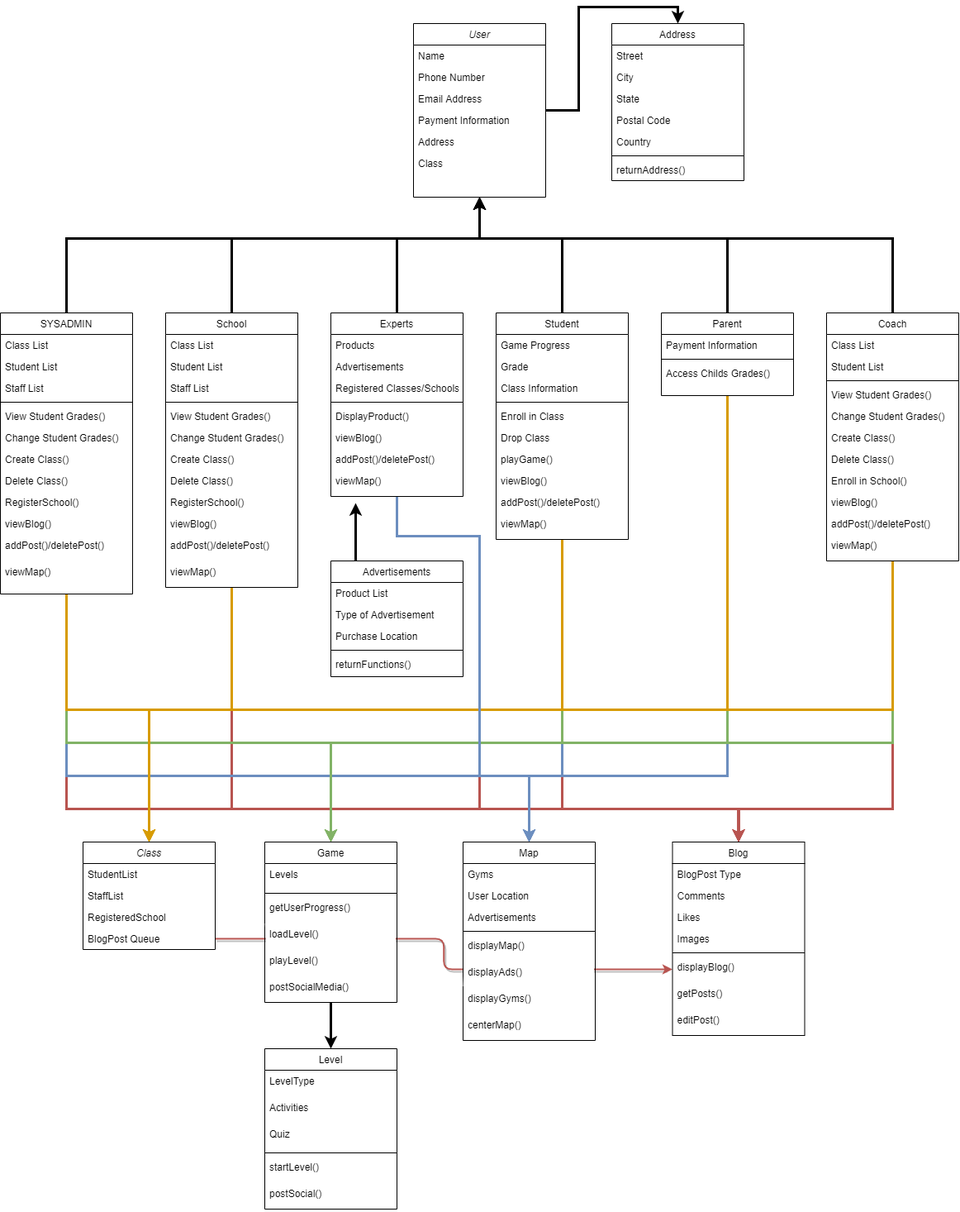
Above: Deliverables/Week_4/Class Diagram.png in Hanandrof/Group-3-Repository (draw.io), before the change. Source tidied: cells renumbered, new cells last; positions are measured from the earlier drawing's top-left corner, leaving out a move shared by most shapes.
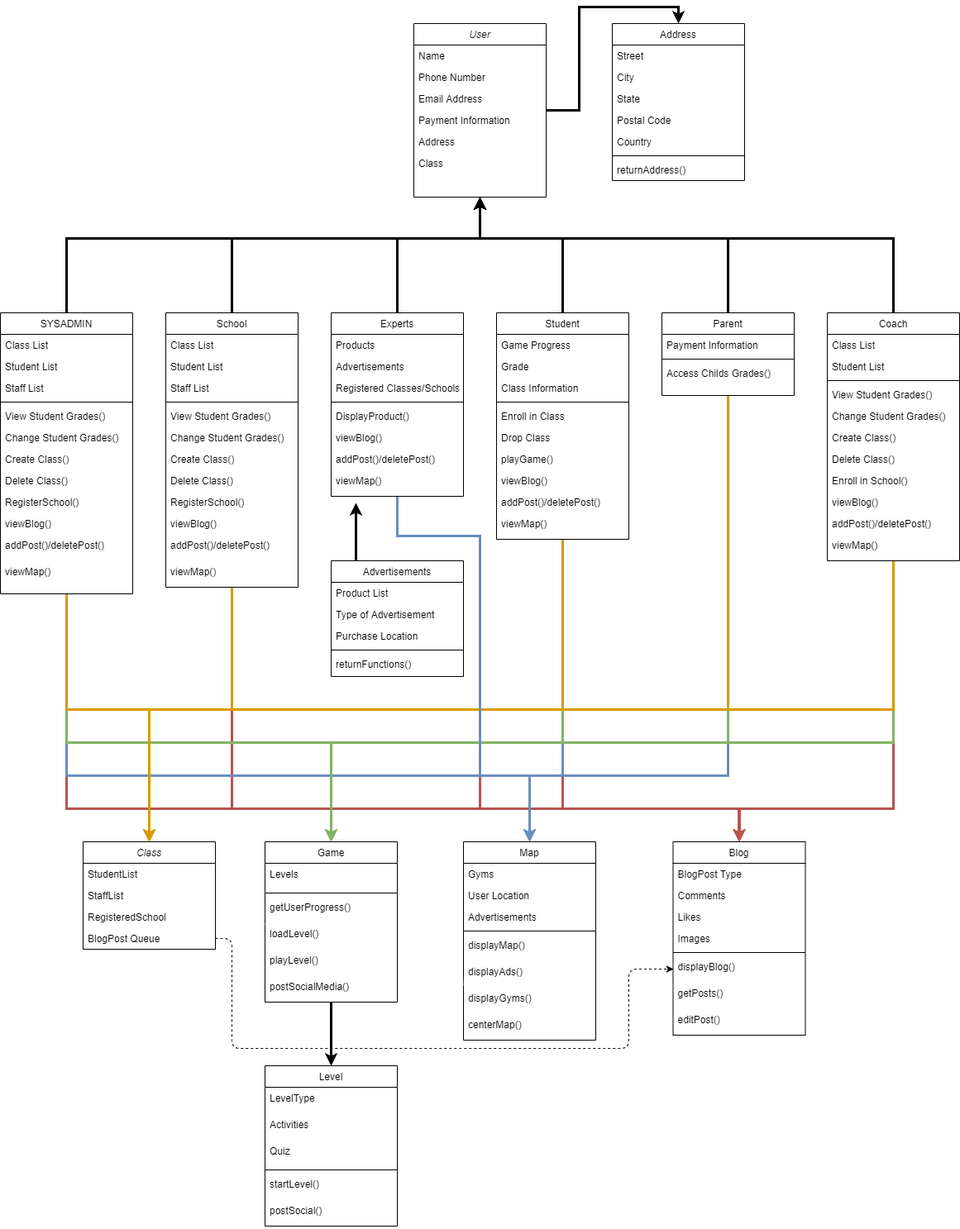
Later version of the same file.

The edit, as a diff of the source:
```diff
@@ -2,9 +2,6 @@
   <root>
     <mxCell id="0" />
     <mxCell id="1" parent="0" />
-    <mxCell id="2" style="jumpStyle=none;jumpSize=6;jettySize=auto;html=1;exitX=1;exitY=0.5;exitDx=0;exitDy=0;entryX=0;entryY=0.5;entryDx=0;entryDy=0;shadow=1;startArrow=none;startFill=0;endArrow=classic;endFill=1;fillColor=#f8cecc;strokeColor=#b85450;strokeWidth=2;rounded=1;edgeStyle=orthogonalEdgeStyle;sketch=0;" parent="1" edge="1" source="149" target="118">
-      <mxGeometry relative="1" as="geometry" />
-    </mxCell>
     <mxCell id="3" style="edgeStyle=orthogonalEdgeStyle;rounded=0;jettySize=auto;html=1;entryX=0.5;entryY=0;entryDx=0;entryDy=0;strokeWidth=3;" parent="1" edge="1" source="4" target="26">
       <mxGeometry relative="1" as="geometry" />
     </mxCell>
@@ -540,7 +537,7 @@
       <mxGeometry y="162" width="160" height="32" as="geometry" />
     </mxCell>
     <mxCell id="138" value="Level" style="swimlane;fontStyle=0;align=center;verticalAlign=top;horizontal=1;startSize=26;rounded=0;shadow=0;strokeWidth=1;" parent="1" vertex="1">
-      <mxGeometry x="320" y="1240" width="160" height="194" as="geometry" />
+      <mxGeometry x="320" y="1261" width="160" height="194" as="geometry" />
     </mxCell>
     <mxCell id="139" value="LevelType" style="text;align=left;verticalAlign=top;spacingLeft=4;spacingRight=4;overflow=hidden;rounded=0;shadow=0;html=0;" parent="138" vertex="1">
       <mxGeometry y="26" width="160" height="32" as="geometry" />
@@ -560,7 +557,7 @@
     <mxCell id="144" value="postSocial()" style="text;align=left;verticalAlign=top;spacingLeft=4;spacingRight=4;overflow=hidden;rounded=0;shadow=0;html=0;" parent="138" vertex="1">
       <mxGeometry y="162" width="160" height="32" as="geometry" />
     </mxCell>
-    <mxCell id="145" value="Class" style="swimlane;fontStyle=2;align=center;verticalAlign=top;horizontal=1;startSize=26;rounded=0;shadow=0;strokeWidth=1;glass=0;sketch=0;" parent="1" vertex="1">
+    <mxCell id="145" value="Class" style="swimlane;fontStyle=2;align=center;verticalAlign=top;horizontal=1;startSize=26;rounded=0;shadow=0;strokeWidth=1;" parent="1" vertex="1">
       <mxGeometry x="100" y="990" width="160" height="130" as="geometry" />
     </mxCell>
     <mxCell id="146" value="StudentList" style="text;align=left;verticalAlign=top;spacingLeft=4;spacingRight=4;overflow=hidden;" parent="145" vertex="1">
@@ -575,5 +572,16 @@
     <mxCell id="149" value="BlogPost Queue" style="text;align=left;verticalAlign=top;spacingLeft=4;spacingRight=4;overflow=hidden;points=[[0,0.5],[1,0.5]];portConstraint=eastwest;rounded=0;shadow=0;html=0;" parent="145" vertex="1">
       <mxGeometry y="104" width="160" height="26" as="geometry" />
     </mxCell>
+    <mxCell id="150" style="edgeStyle=orthogonalEdgeStyle;rounded=1;jumpStyle=none;jumpSize=6;jettySize=auto;html=1;exitX=1;exitY=0.5;exitDx=0;exitDy=0;shadow=0;dashed=1;startArrow=none;startFill=0;endArrow=classic;endFill=1;" parent="1" edge="1" source="149">
+      <mxGeometry relative="1" as="geometry">
+        <mxPoint x="814" y="1144" as="targetPoint" />
+        <Array as="points">
+          <mxPoint x="280" y="1107" />
+          <mxPoint x="280" y="1240" />
+          <mxPoint x="760" y="1240" />
+          <mxPoint x="760" y="1144" />
+        </Array>
+      </mxGeometry>
+    </mxCell>
   </root>
 </mxGraphModel>
```
